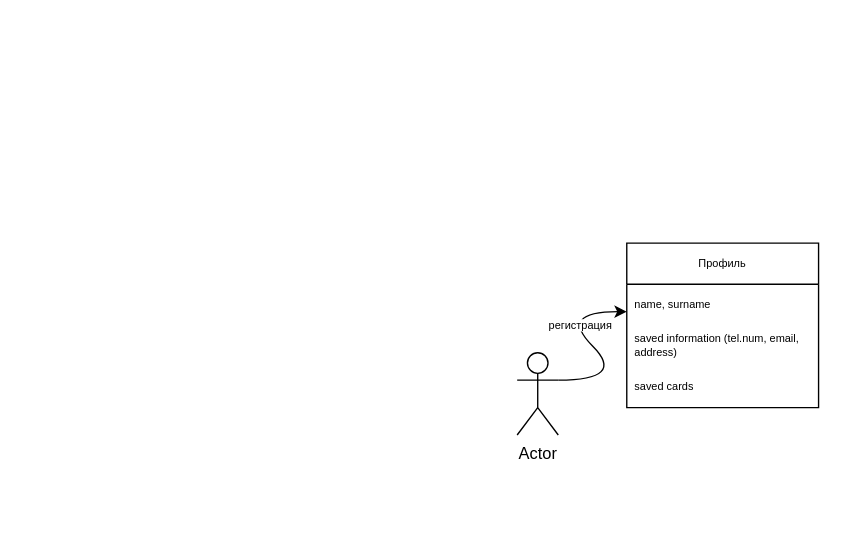
Above: web/xml/Logical Mode Brandl.drawio in n59k/brand (draw.io), before the change. Source tidied: cells renumbered, new cells numbered last; positions are measured from the earlier drawing's top-left corner, leaving out a move shared by most shapes. Both pictures are drawn from the tidied source at 137%, with x=0, y=0 at pixel (516, 242).
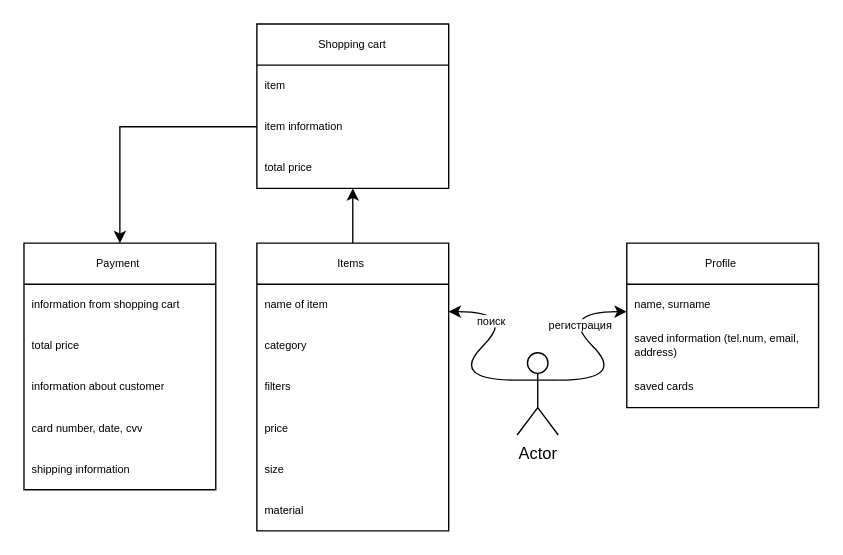
After the change.

Diff of the diagram source:
```diff
@@
-    <mxCell id="2" value="Actor" style="shape=umlActor;verticalLabelPosition=bottom;verticalAlign=top;html=1;" parent="1" vertex="1">
+    <mxCell id="2" value="Actor" style="shape=umlActor;verticalLabelPosition=bottom;verticalAlign=top;html=1;labelBackgroundColor=default;" parent="1" vertex="1">
       <mxGeometry y="80" width="30" height="60" as="geometry" />
     </mxCell>
-    <mxCell id="3" style="curved=1;endArrow=classic;html=1;rounded=0;" parent="1" edge="1">
+    <mxCell id="3" style="curved=1;endArrow=classic;html=1;rounded=0;labelBackgroundColor=default;" parent="1" edge="1">
       <mxGeometry relative="1" as="geometry">
         <mxPoint x="30" y="100" as="sourcePoint" />
         <mxPoint x="80" y="50" as="targetPoint" />
         <Array as="points">
           <mxPoint x="80" y="100" />
           <mxPoint x="30" y="50" />
         </Array>
       </mxGeometry>
     </mxCell>
-    <mxCell id="4" value="регистрация" style="edgeLabel;html=1;align=center;verticalAlign=middle;fontSize=8;" parent="3" vertex="1">
+    <mxCell id="4" value="регистрация" style="edgeLabel;html=1;align=center;verticalAlign=middle;fontSize=8;labelBackgroundColor=default;" parent="3" vertex="1">
       <mxGeometry x="0.21" y="-4" relative="1" as="geometry" />
     </mxCell>
-    <mxCell id="5" value="Профиль" style="swimlane;fontStyle=0;horizontal=1;startSize=30;whiteSpace=wrap;html=1;fontSize=8;" parent="1" vertex="1">
+    <mxCell id="5" value="Profile&amp;nbsp;" style="swimlane;fontStyle=0;horizontal=1;startSize=30;whiteSpace=wrap;html=1;fontSize=8;labelBackgroundColor=default;swimlaneFillColor=default;" parent="1" vertex="1">
       <mxGeometry x="80" width="140" height="120" as="geometry" />
     </mxCell>
-    <mxCell id="6" value="name, surname" style="text;strokeColor=none;fillColor=none;align=left;verticalAlign=middle;spacingLeft=4;spacingRight=4;overflow=hidden;whiteSpace=wrap;html=1;fontSize=8;" parent="5" vertex="1">
+    <mxCell id="6" value="name, surname" style="text;strokeColor=none;fillColor=none;align=left;verticalAlign=middle;spacingLeft=4;spacingRight=4;overflow=hidden;whiteSpace=wrap;html=1;fontSize=8;labelBackgroundColor=default;swimlaneFillColor=default;" parent="5" vertex="1">
       <mxGeometry y="30" width="140" height="30" as="geometry" />
     </mxCell>
-    <mxCell id="7" value="saved information (tel.num, email, address)" style="text;strokeColor=none;fillColor=none;align=left;verticalAlign=middle;spacingLeft=4;spacingRight=4;overflow=hidden;whiteSpace=wrap;html=1;fontSize=8;" parent="5" vertex="1">
+    <mxCell id="7" value="saved information (tel.num, email, address)" style="text;strokeColor=none;fillColor=none;align=left;verticalAlign=middle;spacingLeft=4;spacingRight=4;overflow=hidden;whiteSpace=wrap;html=1;fontSize=8;labelBackgroundColor=default;swimlaneFillColor=default;" parent="5" vertex="1">
       <mxGeometry y="60" width="140" height="30" as="geometry" />
     </mxCell>
-    <mxCell id="8" value="saved cards" style="text;strokeColor=none;fillColor=none;align=left;verticalAlign=middle;spacingLeft=4;spacingRight=4;overflow=hidden;whiteSpace=wrap;html=1;fontSize=8;" parent="5" vertex="1">
+    <mxCell id="8" value="saved cards" style="text;strokeColor=none;fillColor=none;align=left;verticalAlign=middle;spacingLeft=4;spacingRight=4;overflow=hidden;whiteSpace=wrap;html=1;fontSize=8;labelBackgroundColor=default;swimlaneFillColor=default;" parent="5" vertex="1">
       <mxGeometry y="90" width="140" height="30" as="geometry" />
     </mxCell>
+    <mxCell id="9" style="curved=1;endArrow=classic;html=1;rounded=0;fontSize=8;labelBackgroundColor=default;" parent="1" edge="1">
+      <mxGeometry relative="1" as="geometry">
+        <mxPoint y="100" as="sourcePoint" />
+        <mxPoint x="-50" y="50" as="targetPoint" />
+        <Array as="points">
+          <mxPoint x="-50" y="100" />
+          <mxPoint y="50" />
+        </Array>
+      </mxGeometry>
+    </mxCell>
+    <mxCell id="10" value="поиск" style="edgeLabel;html=1;align=center;verticalAlign=middle;fontSize=8;labelBackgroundColor=default;" parent="9" vertex="1">
+      <mxGeometry x="0.64" y="6" relative="1" as="geometry" />
+    </mxCell>
+    <mxCell id="11" style="edgeStyle=orthogonalEdgeStyle;rounded=0;jettySize=auto;html=1;labelBackgroundColor=default;fontSize=8;entryX=0.5;entryY=1;entryDx=0;entryDy=0;entryPerimeter=0;" parent="1" edge="1" source="12" target="22">
+      <mxGeometry relative="1" as="geometry" />
+    </mxCell>
+    <mxCell id="12" value="Items&amp;nbsp;" style="swimlane;fontStyle=0;horizontal=1;startSize=30;whiteSpace=wrap;html=1;fontSize=8;labelBackgroundColor=default;swimlaneFillColor=default;" parent="1" vertex="1">
+      <mxGeometry x="-190" width="140" height="210" as="geometry" />
+    </mxCell>
+    <mxCell id="13" value="name of item" style="text;strokeColor=none;fillColor=none;align=left;verticalAlign=middle;spacingLeft=4;spacingRight=4;overflow=hidden;whiteSpace=wrap;html=1;fontSize=8;labelBackgroundColor=default;swimlaneFillColor=default;" parent="12" vertex="1">
+      <mxGeometry y="30" width="140" height="30" as="geometry" />
+    </mxCell>
+    <mxCell id="14" value="category&amp;nbsp;" style="text;strokeColor=none;fillColor=none;align=left;verticalAlign=middle;spacingLeft=4;spacingRight=4;overflow=hidden;whiteSpace=wrap;html=1;fontSize=8;labelBackgroundColor=default;swimlaneFillColor=default;" parent="12" vertex="1">
+      <mxGeometry y="60" width="140" height="30" as="geometry" />
+    </mxCell>
+    <mxCell id="15" value="filters" style="text;strokeColor=none;fillColor=none;align=left;verticalAlign=middle;spacingLeft=4;spacingRight=4;overflow=hidden;whiteSpace=wrap;html=1;fontSize=8;labelBackgroundColor=default;swimlaneFillColor=default;" parent="12" vertex="1">
+      <mxGeometry y="90" width="140" height="30" as="geometry" />
+    </mxCell>
+    <mxCell id="16" value="price" style="text;strokeColor=none;fillColor=none;align=left;verticalAlign=middle;spacingLeft=4;spacingRight=4;overflow=hidden;whiteSpace=wrap;html=1;fontSize=8;labelBackgroundColor=default;swimlaneFillColor=default;" parent="12" vertex="1">
+      <mxGeometry y="120" width="140" height="30" as="geometry" />
+    </mxCell>
+    <mxCell id="17" value="size" style="text;strokeColor=none;fillColor=none;align=left;verticalAlign=middle;spacingLeft=4;spacingRight=4;overflow=hidden;whiteSpace=wrap;html=1;fontSize=8;labelBackgroundColor=default;swimlaneFillColor=default;" parent="12" vertex="1">
+      <mxGeometry y="150" width="140" height="30" as="geometry" />
+    </mxCell>
+    <mxCell id="18" value="material&amp;nbsp;" style="text;strokeColor=none;fillColor=none;align=left;verticalAlign=middle;spacingLeft=4;spacingRight=4;overflow=hidden;whiteSpace=wrap;html=1;fontSize=8;labelBackgroundColor=default;swimlaneFillColor=default;" parent="12" vertex="1">
+      <mxGeometry y="180" width="140" height="30" as="geometry" />
+    </mxCell>
+    <mxCell id="19" value="Shopping cart" style="swimlane;fontStyle=0;horizontal=1;startSize=30;whiteSpace=wrap;html=1;fontSize=8;labelBackgroundColor=default;swimlaneFillColor=default;" parent="1" vertex="1">
+      <mxGeometry x="-190" y="-160" width="140" height="120" as="geometry" />
+    </mxCell>
+    <mxCell id="20" value="item" style="text;strokeColor=none;fillColor=none;align=left;verticalAlign=middle;spacingLeft=4;spacingRight=4;overflow=hidden;whiteSpace=wrap;html=1;fontSize=8;labelBackgroundColor=default;swimlaneFillColor=default;" parent="19" vertex="1">
+      <mxGeometry y="30" width="140" height="30" as="geometry" />
+    </mxCell>
+    <mxCell id="21" value="item information" style="text;strokeColor=none;fillColor=none;align=left;verticalAlign=middle;spacingLeft=4;spacingRight=4;overflow=hidden;points=[[0,0.5],[1,0.5]];portConstraint=eastwest;whiteSpace=wrap;html=1;fontSize=8;labelBackgroundColor=default;swimlaneFillColor=default;" parent="19" vertex="1">
+      <mxGeometry y="60" width="140" height="30" as="geometry" />
+    </mxCell>
+    <mxCell id="22" value="total price" style="text;strokeColor=none;fillColor=none;align=left;verticalAlign=middle;spacingLeft=4;spacingRight=4;overflow=hidden;points=[[0,0.5],[1,0.5]];portConstraint=eastwest;whiteSpace=wrap;html=1;fontSize=8;labelBackgroundColor=default;swimlaneFillColor=default;" parent="19" vertex="1">
+      <mxGeometry y="90" width="140" height="30" as="geometry" />
+    </mxCell>
+    <mxCell id="23" value="Payment&amp;nbsp;" style="swimlane;fontStyle=0;horizontal=1;startSize=30;whiteSpace=wrap;html=1;fontSize=8;labelBackgroundColor=default;swimlaneFillColor=default;" parent="1" vertex="1">
+      <mxGeometry x="-360" width="140" height="180" as="geometry" />
+    </mxCell>
+    <mxCell id="24" value="information from shopping cart" style="text;strokeColor=none;fillColor=none;align=left;verticalAlign=middle;spacingLeft=4;spacingRight=4;overflow=hidden;whiteSpace=wrap;html=1;fontSize=8;labelBackgroundColor=default;swimlaneFillColor=default;" parent="23" vertex="1">
+      <mxGeometry y="30" width="140" height="30" as="geometry" />
+    </mxCell>
+    <mxCell id="25" value="total price&lt;br&gt;" style="text;strokeColor=none;fillColor=none;align=left;verticalAlign=middle;spacingLeft=4;spacingRight=4;overflow=hidden;whiteSpace=wrap;html=1;fontSize=8;labelBackgroundColor=default;swimlaneFillColor=default;" parent="23" vertex="1">
+      <mxGeometry y="60" width="140" height="30" as="geometry" />
+    </mxCell>
+    <mxCell id="26" value="information about customer" style="text;strokeColor=none;fillColor=none;align=left;verticalAlign=middle;spacingLeft=4;spacingRight=4;overflow=hidden;whiteSpace=wrap;html=1;fontSize=8;labelBackgroundColor=default;swimlaneFillColor=default;" parent="23" vertex="1">
+      <mxGeometry y="90" width="140" height="30" as="geometry" />
+    </mxCell>
+    <mxCell id="27" value="card number, date, cvv" style="text;strokeColor=none;fillColor=none;align=left;verticalAlign=middle;spacingLeft=4;spacingRight=4;overflow=hidden;whiteSpace=wrap;html=1;fontSize=8;labelBackgroundColor=default;swimlaneFillColor=default;" parent="23" vertex="1">
+      <mxGeometry y="120" width="140" height="30" as="geometry" />
+    </mxCell>
+    <mxCell id="28" value="shipping information&amp;nbsp;" style="text;strokeColor=none;fillColor=none;align=left;verticalAlign=middle;spacingLeft=4;spacingRight=4;overflow=hidden;whiteSpace=wrap;html=1;fontSize=8;labelBackgroundColor=default;swimlaneFillColor=default;" parent="23" vertex="1">
+      <mxGeometry y="150" width="140" height="30" as="geometry" />
+    </mxCell>
+    <mxCell id="29" style="edgeStyle=orthogonalEdgeStyle;rounded=0;jettySize=auto;html=1;labelBackgroundColor=default;fontSize=8;entryX=0.5;entryY=0;entryDx=0;entryDy=0;" parent="1" edge="1" source="21" target="23">
+      <mxGeometry relative="1" as="geometry" />
+    </mxCell>
```
